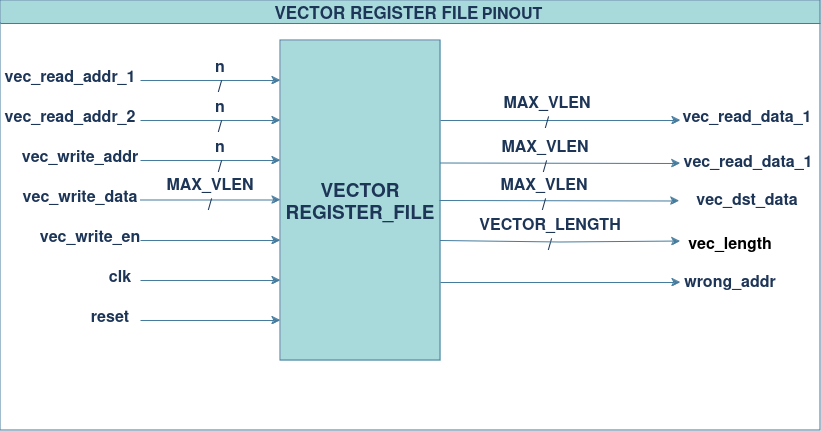
The draw.io diagram docs/regfile_docs/vec_regfile_pinout.drawio.png in Fazail333/Vector-Co-processor, before a commit. Source tidied: cells renumbered, new cells last; positions are measured from the earlier drawing's top-left corner, leaving out a move shared by most shapes.
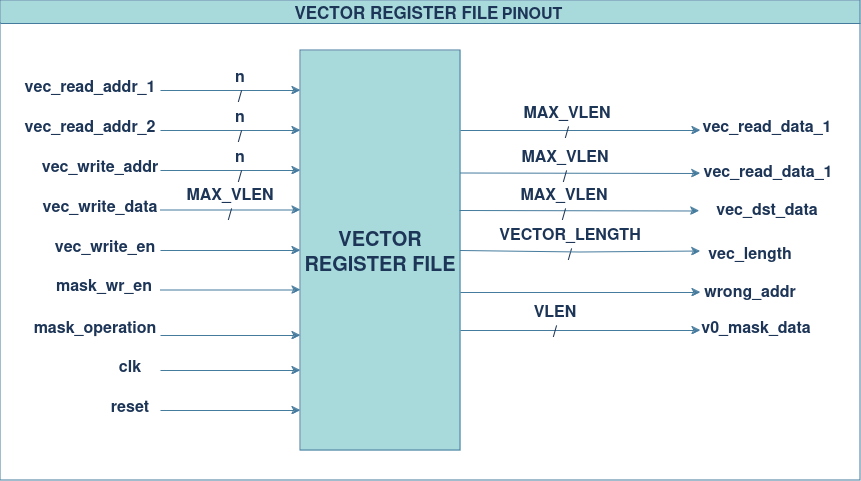
The same diagram one commit later.

Commit message:
Updated for the V0 vector register as mask register and mask operations operands Closes #9

Change to the diagram source:
```diff
@@ -2,8 +2,8 @@
   <root>
     <mxCell id="0" />
     <mxCell id="1" parent="0" />
-    <mxCell id="2" value="&lt;b&gt;&lt;font style=&quot;font-size: 19px;&quot;&gt;VECTOR REGISTER_FILE&lt;/font&gt;&lt;/b&gt;" style="rounded=0;whiteSpace=wrap;html=1;labelBackgroundColor=none;fillColor=#A8DADC;strokeColor=#457B9D;fontColor=#1D3557;" parent="1" vertex="1">
-      <mxGeometry x="280" y="40" width="160" height="320" as="geometry" />
+    <mxCell id="2" value="&lt;div style=&quot;font-size: 20px;&quot;&gt;&lt;font style=&quot;font-size: 20px;&quot;&gt;&lt;b&gt;VECTOR&lt;/b&gt;&lt;/font&gt;&lt;/div&gt;&lt;div style=&quot;font-size: 20px;&quot;&gt;&lt;font style=&quot;font-size: 20px;&quot;&gt;&lt;b&gt;REGISTER FILE&lt;/b&gt;&lt;/font&gt;&lt;br&gt;&lt;/div&gt;" style="rounded=0;whiteSpace=wrap;html=1;labelBackgroundColor=none;fillColor=#A8DADC;strokeColor=#457B9D;fontColor=#1D3557;" parent="1" vertex="1">
+      <mxGeometry x="280" y="40" width="160" height="400" as="geometry" />
     </mxCell>
     <mxCell id="3" style="endArrow=classic;html=1;rounded=0;labelBackgroundColor=none;strokeColor=#457B9D;fontColor=default;" parent="1" edge="1">
       <mxGeometry relative="1" as="geometry">
@@ -37,14 +37,14 @@
     </mxCell>
     <mxCell id="8" style="endArrow=classic;html=1;rounded=0;labelBackgroundColor=none;strokeColor=#457B9D;fontColor=default;" parent="1" edge="1">
       <mxGeometry relative="1" as="geometry">
-        <mxPoint x="140" y="280" as="sourcePoint" />
-        <mxPoint x="280" y="280" as="targetPoint" />
+        <mxPoint x="140" y="360" as="sourcePoint" />
+        <mxPoint x="280" y="360" as="targetPoint" />
       </mxGeometry>
     </mxCell>
     <mxCell id="9" style="endArrow=classic;html=1;rounded=0;labelBackgroundColor=none;strokeColor=#457B9D;fontColor=default;" parent="1" edge="1">
       <mxGeometry relative="1" as="geometry">
-        <mxPoint x="140" y="320" as="sourcePoint" />
-        <mxPoint x="280" y="320" as="targetPoint" />
+        <mxPoint x="140" y="400" as="sourcePoint" />
+        <mxPoint x="280" y="400" as="targetPoint" />
       </mxGeometry>
     </mxCell>
     <mxCell id="10" style="endArrow=classic;html=1;rounded=0;labelBackgroundColor=none;strokeColor=#457B9D;fontColor=default;" parent="1" edge="1">
@@ -78,16 +78,16 @@
       <mxGeometry x="718" y="145" width="60" height="30" as="geometry" />
     </mxCell>
     <mxCell id="18" value="&lt;font size=&quot;1&quot;&gt;&lt;b&gt;&lt;font style=&quot;font-size: 16px;&quot;&gt;vec_write_en&lt;/font&gt;&lt;/b&gt;&lt;/font&gt;" style="text;html=1;align=center;verticalAlign=middle;whiteSpace=wrap;rounded=0;labelBackgroundColor=none;fontColor=#1D3557;" parent="1" vertex="1">
-      <mxGeometry x="60" y="220" width="60" height="30" as="geometry" />
+      <mxGeometry x="55" y="220" width="60" height="30" as="geometry" />
     </mxCell>
     <mxCell id="19" value="&lt;font size=&quot;1&quot;&gt;&lt;b&gt;&lt;font style=&quot;font-size: 16px;&quot;&gt;clk&lt;/font&gt;&lt;/b&gt;&lt;/font&gt;" style="text;html=1;align=center;verticalAlign=middle;whiteSpace=wrap;rounded=0;labelBackgroundColor=none;fontColor=#1D3557;" parent="1" vertex="1">
-      <mxGeometry x="90" y="260" width="60" height="30" as="geometry" />
+      <mxGeometry x="80" y="340" width="60" height="30" as="geometry" />
     </mxCell>
     <mxCell id="20" value="&lt;font size=&quot;1&quot;&gt;&lt;b&gt;&lt;font style=&quot;font-size: 16px;&quot;&gt;reset&lt;/font&gt;&lt;/b&gt;&lt;/font&gt;" style="text;html=1;align=center;verticalAlign=middle;whiteSpace=wrap;rounded=0;labelBackgroundColor=none;fontColor=#1D3557;" parent="1" vertex="1">
-      <mxGeometry x="80" y="300" width="60" height="30" as="geometry" />
+      <mxGeometry x="80" y="380" width="60" height="30" as="geometry" />
     </mxCell>
     <mxCell id="21" value="&lt;font style=&quot;font-size: 17px;&quot;&gt;VECTOR REGISTER FILE&lt;/font&gt; &lt;font style=&quot;font-size: 16px;&quot;&gt;PINOUT&lt;/font&gt;&amp;nbsp; " style="swimlane;whiteSpace=wrap;html=1;labelBackgroundColor=none;fillColor=#A8DADC;strokeColor=#457B9D;fontColor=#1D3557;" parent="1" vertex="1">
-      <mxGeometry width="820" height="430" as="geometry" />
+      <mxGeometry x="-20" y="-10" width="860" height="480" as="geometry" />
     </mxCell>
     <mxCell id="22" value="&lt;div style=&quot;font-size: 16px;&quot;&gt;&lt;font style=&quot;font-size: 16px;&quot;&gt;&lt;b&gt;n&lt;br&gt;&lt;/b&gt;&lt;/font&gt;&lt;/div&gt;&lt;div style=&quot;font-size: 16px;&quot;&gt;&lt;font style=&quot;font-size: 16px;&quot;&gt;&lt;b&gt;/&lt;/b&gt;&lt;/font&gt;&lt;/div&gt;" style="text;html=1;align=center;verticalAlign=middle;whiteSpace=wrap;rounded=0;fontColor=#1D3557;labelBackgroundColor=none;" parent="1" vertex="1">
       <mxGeometry x="190" y="60" width="60" height="30" as="geometry" />
@@ -128,7 +128,7 @@
     <mxCell id="31" value="&lt;div style=&quot;font-size: 16px;&quot;&gt;&lt;font style=&quot;font-size: 16px;&quot;&gt;&lt;b&gt;MAX_VLEN&lt;br&gt;&lt;/b&gt;&lt;/font&gt;&lt;/div&gt;&lt;div style=&quot;font-size: 16px;&quot;&gt;&lt;font style=&quot;font-size: 16px;&quot;&gt;&lt;b&gt;/&lt;/b&gt;&lt;/font&gt;&lt;/div&gt;" style="text;html=1;align=center;verticalAlign=middle;whiteSpace=wrap;rounded=0;labelBackgroundColor=none;fontColor=#1D3557;" parent="1" vertex="1">
       <mxGeometry x="180" y="178" width="60" height="30" as="geometry" />
     </mxCell>
-    <mxCell id="32" value="&lt;font size=&quot;1&quot;&gt;&lt;b&gt;&lt;font style=&quot;font-size: 16px;&quot;&gt;vec_length&lt;/font&gt;&lt;/b&gt;&lt;/font&gt;" style="text;html=1;align=center;verticalAlign=middle;whiteSpace=wrap;rounded=0;labelBackgroundColor=none;" parent="1" vertex="1">
+    <mxCell id="32" value="&lt;font size=&quot;1&quot;&gt;&lt;b&gt;&lt;font style=&quot;font-size: 16px;&quot;&gt;vec_length&lt;/font&gt;&lt;/b&gt;&lt;/font&gt;" style="text;html=1;align=center;verticalAlign=middle;whiteSpace=wrap;rounded=0;labelBackgroundColor=none;fontColor=#1D3557;" parent="1" vertex="1">
       <mxGeometry x="700" y="227" width="60" height="30" as="geometry" />
     </mxCell>
     <mxCell id="33" style="endArrow=classic;html=1;rounded=0;labelBackgroundColor=none;strokeColor=#457B9D;fontColor=default;" parent="1" edge="1">
@@ -143,5 +143,35 @@
     <mxCell id="35" value="&lt;div style=&quot;font-size: 16px;&quot;&gt;&lt;font style=&quot;font-size: 16px;&quot;&gt;&lt;b&gt;MAX_VLEN&lt;br&gt;&lt;/b&gt;&lt;/font&gt;&lt;/div&gt;&lt;div style=&quot;font-size: 16px;&quot;&gt;&lt;font style=&quot;font-size: 16px;&quot;&gt;&lt;b&gt;/&lt;/b&gt;&lt;/font&gt;&lt;/div&gt;" style="text;html=1;align=center;verticalAlign=middle;whiteSpace=wrap;rounded=0;labelBackgroundColor=none;fontColor=#1D3557;" parent="1" vertex="1">
       <mxGeometry x="514" y="177.5" width="60" height="30" as="geometry" />
     </mxCell>
+    <mxCell id="36" style="endArrow=classic;html=1;rounded=0;labelBackgroundColor=none;strokeColor=#457B9D;fontColor=default;" parent="1" edge="1">
+      <mxGeometry relative="1" as="geometry">
+        <mxPoint x="440" y="320" as="sourcePoint" />
+        <mxPoint x="680" y="320" as="targetPoint" />
+      </mxGeometry>
+    </mxCell>
+    <mxCell id="37" value="&lt;font size=&quot;1&quot;&gt;&lt;b&gt;&lt;font style=&quot;font-size: 16px;&quot;&gt;v0_mask_data&lt;/font&gt;&lt;/b&gt;&lt;/font&gt;" style="text;html=1;align=center;verticalAlign=middle;whiteSpace=wrap;rounded=0;labelBackgroundColor=none;fontColor=#1D3557;" parent="1" vertex="1">
+      <mxGeometry x="706" y="301" width="60" height="30" as="geometry" />
+    </mxCell>
+    <mxCell id="38" value="&lt;div style=&quot;font-size: 16px;&quot;&gt;&lt;font style=&quot;font-size: 16px;&quot;&gt;&lt;b&gt;VLEN&lt;br&gt;&lt;/b&gt;&lt;/font&gt;&lt;/div&gt;&lt;div style=&quot;font-size: 16px;&quot;&gt;&lt;font style=&quot;font-size: 16px;&quot;&gt;&lt;b&gt;/&lt;/b&gt;&lt;/font&gt;&lt;/div&gt;" style="text;html=1;align=center;verticalAlign=middle;whiteSpace=wrap;rounded=0;labelBackgroundColor=none;fontColor=#1D3557;" parent="1" vertex="1">
+      <mxGeometry x="505" y="295" width="60" height="30" as="geometry" />
+    </mxCell>
+    <mxCell id="39" style="endArrow=classic;html=1;rounded=0;labelBackgroundColor=none;strokeColor=#457B9D;fontColor=default;" parent="1" edge="1">
+      <mxGeometry relative="1" as="geometry">
+        <mxPoint x="140" y="279.5" as="sourcePoint" />
+        <mxPoint x="280" y="279.5" as="targetPoint" />
+      </mxGeometry>
+    </mxCell>
+    <mxCell id="40" style="endArrow=classic;html=1;rounded=0;labelBackgroundColor=none;strokeColor=#457B9D;fontColor=default;" parent="1" edge="1">
+      <mxGeometry relative="1" as="geometry">
+        <mxPoint x="140" y="325" as="sourcePoint" />
+        <mxPoint x="280" y="325" as="targetPoint" />
+      </mxGeometry>
+    </mxCell>
+    <mxCell id="41" value="&lt;font size=&quot;1&quot;&gt;&lt;b&gt;&lt;font style=&quot;font-size: 16px;&quot;&gt;mask_wr_en&lt;/font&gt;&lt;/b&gt;&lt;/font&gt;" style="text;html=1;align=center;verticalAlign=middle;whiteSpace=wrap;rounded=0;labelBackgroundColor=none;fontColor=#1D3557;" parent="1" vertex="1">
+      <mxGeometry x="54" y="259" width="60" height="30" as="geometry" />
+    </mxCell>
+    <mxCell id="42" value="&lt;font size=&quot;1&quot;&gt;&lt;b&gt;&lt;font style=&quot;font-size: 16px;&quot;&gt;mask_operation&lt;/font&gt;&lt;/b&gt;&lt;/font&gt;" style="text;html=1;align=center;verticalAlign=middle;whiteSpace=wrap;rounded=0;labelBackgroundColor=none;fontColor=#1D3557;" parent="1" vertex="1">
+      <mxGeometry x="45" y="301" width="60" height="30" as="geometry" />
+    </mxCell>
   </root>
 </mxGraphModel>
```
